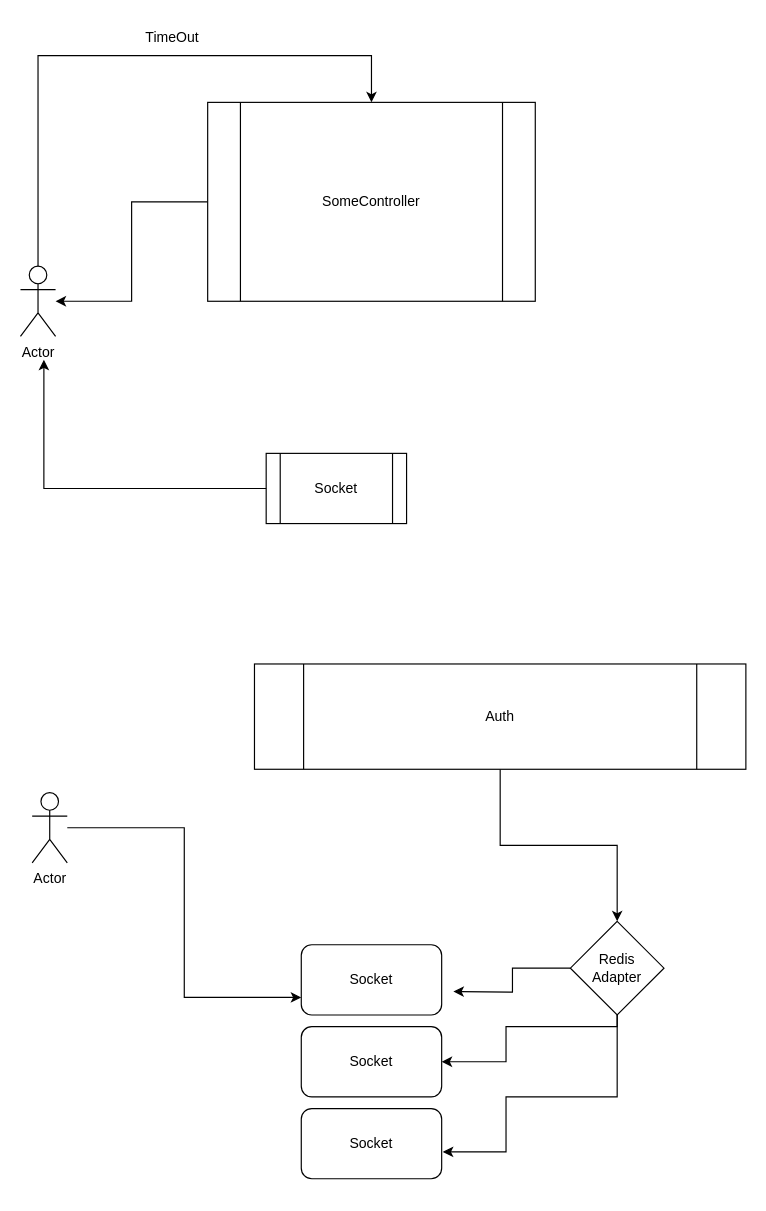
This is page "Сторінка-10" (10 of 11) of Diagrams/azure.drawio from ninydev/pv111, a draw.io file, before an edit. Source tidied: cells renumbered, new cells numbered last; positions are measured from the earlier drawing's top-left corner, leaving out a move shared by most shapes. Both pictures are drawn from the tidied source at 117%, with x=0, y=0 at pixel (20, 20).
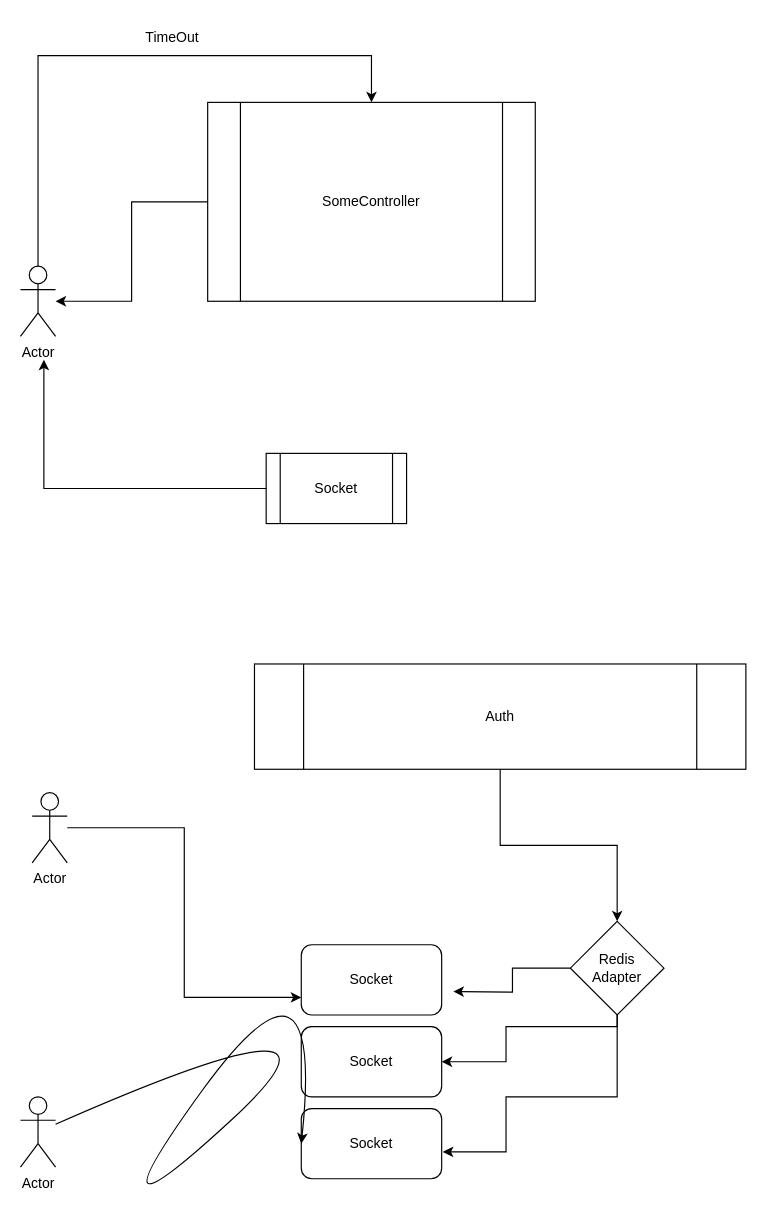
The same diagram, later.

The change refers to these unchanged cells:
```xml
<mxCell id="18" value="Socket" style="rounded=1;whiteSpace=wrap;html=1;" parent="1" vertex="1">
  <mxGeometry x="240" y="930" width="120" height="60" as="geometry" />
</mxCell>
```

Diff of the diagram source:
```diff
@@
+    <mxCell id="20" value="Actor" style="shape=umlActor;verticalLabelPosition=bottom;verticalAlign=top;html=1;outlineConnect=0;" parent="1" vertex="1">
+      <mxGeometry y="920" width="30" height="60" as="geometry" />
+    </mxCell>
+    <mxCell id="21" style="curved=1;endArrow=classic;html=1;rounded=0;entryX=0;entryY=0.5;entryDx=0;entryDy=0;" parent="1" edge="1" source="20" target="18">
+      <mxGeometry relative="1" as="geometry">
+        <Array as="points">
+          <mxPoint x="310" y="820" />
+          <mxPoint x="50" y="1060" />
+          <mxPoint x="260" y="770" />
+        </Array>
+      </mxGeometry>
+    </mxCell>
```
